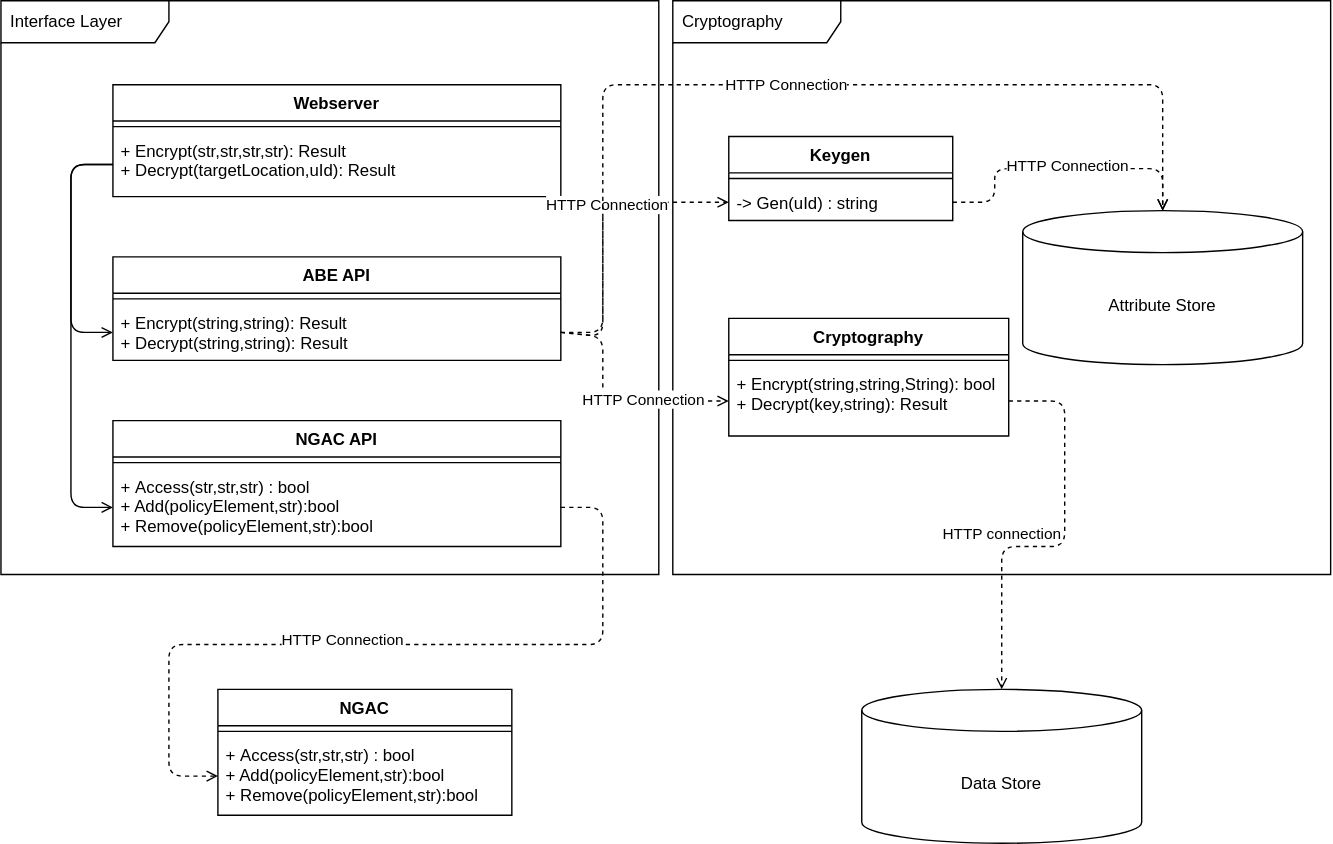
The draw.io diagram docs/design/system/system_design.drawio.svg in ivajon/NGAC_ABE, before a commit. Source tidied: cells renumbered, new cells last; positions are measured from the earlier drawing's top-left corner, leaving out a move shared by most shapes.
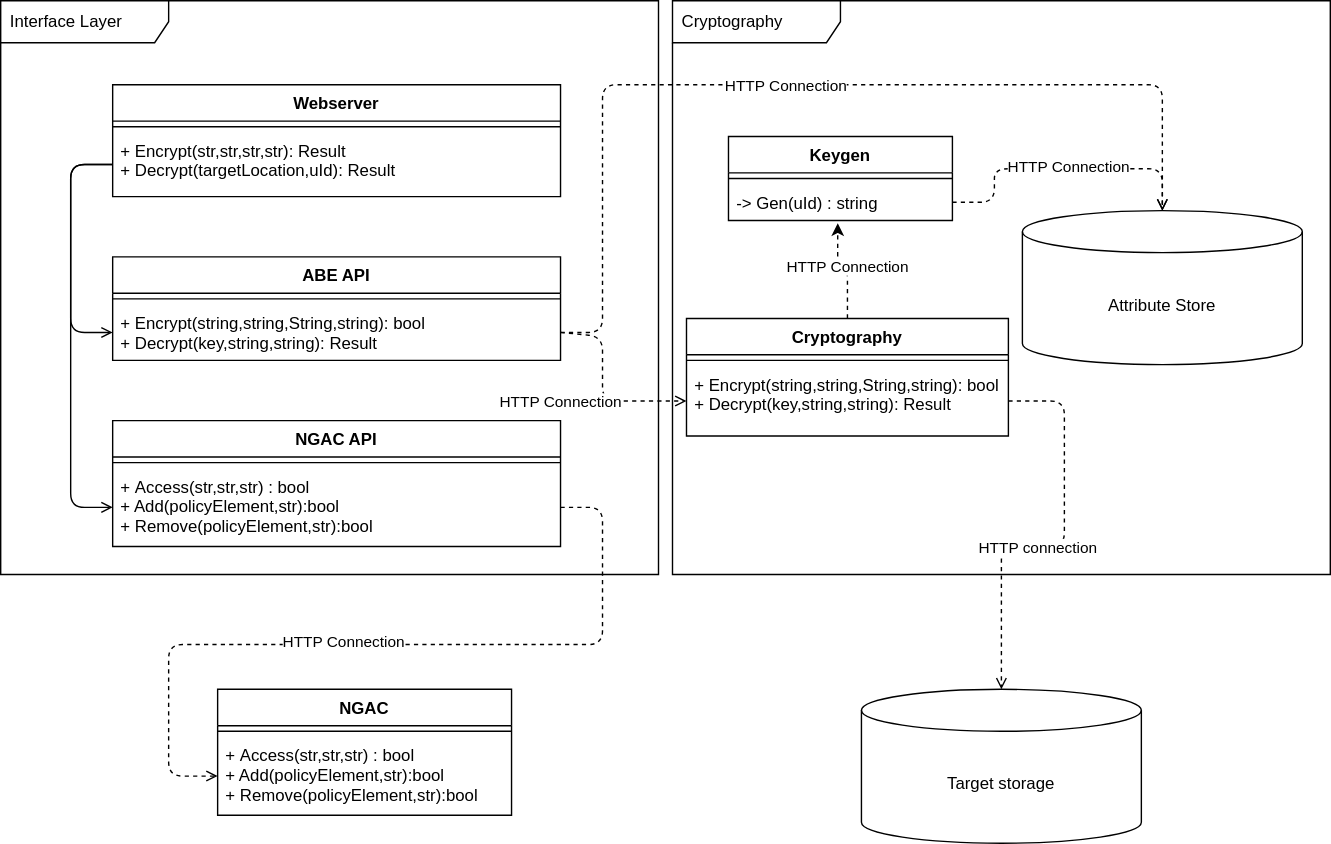
After the change.

What changed in the source:
```diff
@@ -29,13 +29,13 @@
     <mxCell id="10" style="line;strokeWidth=1;fillColor=none;align=left;verticalAlign=middle;spacingTop=-1;spacingLeft=3;spacingRight=3;labelPosition=right;" parent="9" vertex="1">
       <mxGeometry y="26" width="320" height="8" as="geometry" />
     </mxCell>
-    <mxCell id="11" value="+ Encrypt(string,string): Result&#10;+ Decrypt(string,string): Result" style="text;strokeColor=none;fillColor=none;align=left;verticalAlign=top;spacingLeft=4;spacingRight=4;overflow=hidden;points=[[0,0.5],[1,0.5]];portConstraint=eastwest;" parent="9" vertex="1">
+    <mxCell id="11" value="+ Encrypt(string,string,String,string): bool&#10;+ Decrypt(key,string,string): Result" style="text;strokeColor=none;fillColor=none;align=left;verticalAlign=top;spacingLeft=4;spacingRight=4;overflow=hidden;points=[[0,0.5],[1,0.5]];portConstraint=eastwest;" parent="9" vertex="1">
       <mxGeometry y="34" width="320" height="40" as="geometry" />
     </mxCell>
     <mxCell id="12" value="Cryptography" style="shape=umlFrame;whiteSpace=wrap;html=1;width=120;height=30;boundedLbl=1;verticalAlign=middle;align=left;spacingLeft=5;" parent="1" vertex="1">
       <mxGeometry x="480" width="470" height="410" as="geometry" />
     </mxCell>
-    <mxCell id="13" value="Data Store" style="shape=cylinder3;whiteSpace=wrap;html=1;boundedLbl=1;backgroundOutline=1;size=15;" parent="1" vertex="1">
+    <mxCell id="13" value="&lt;span&gt;Target storage&lt;/span&gt;" style="shape=cylinder3;whiteSpace=wrap;html=1;boundedLbl=1;backgroundOutline=1;size=15;" parent="1" vertex="1">
       <mxGeometry x="615" y="492" width="200" height="110" as="geometry" />
     </mxCell>
     <mxCell id="14" value="Keygen" style="swimlane;fontStyle=1;align=center;verticalAlign=top;horizontal=1;startSize=26;" parent="1" vertex="1">
@@ -47,14 +47,22 @@
     <mxCell id="16" value="-&gt; Gen(uId) : string" style="text;strokeColor=none;fillColor=none;align=left;verticalAlign=top;spacingLeft=4;spacingRight=4;overflow=hidden;points=[[0,0.5],[1,0.5]];portConstraint=eastwest;" parent="14" vertex="1">
       <mxGeometry y="34" width="160" height="26" as="geometry" />
     </mxCell>
+    <mxCell id="25" value="HTTP Connection" style="edgeStyle=none;html=1;exitX=0.5;exitY=0;exitDx=0;exitDy=0;entryX=0.488;entryY=1.077;entryDx=0;entryDy=0;entryPerimeter=0;dashed=1;" parent="1" edge="1" source="17" target="16">
+      <mxGeometry relative="1" as="geometry">
+        <Array as="points">
+          <mxPoint x="605" y="190" />
+          <mxPoint x="598" y="190" />
+        </Array>
+      </mxGeometry>
+    </mxCell>
     <mxCell id="17" value="Cryptography" style="swimlane;fontStyle=1;align=center;verticalAlign=top;horizontal=1;startSize=26;" parent="1" vertex="1">
-      <mxGeometry x="520" y="227" width="200" height="84" as="geometry" />
+      <mxGeometry x="490" y="227" width="230" height="84" as="geometry" />
     </mxCell>
     <mxCell id="18" style="line;strokeWidth=1;fillColor=none;align=left;verticalAlign=middle;spacingTop=-1;spacingLeft=3;spacingRight=3;labelPosition=right;" parent="17" vertex="1">
-      <mxGeometry y="26" width="200" height="8" as="geometry" />
+      <mxGeometry y="26" width="230" height="8" as="geometry" />
     </mxCell>
-    <mxCell id="19" value="+ Encrypt(string,string,String): bool&#10;+ Decrypt(key,string): Result" style="text;strokeColor=none;fillColor=none;align=left;verticalAlign=top;spacingLeft=4;spacingRight=4;overflow=hidden;points=[[0,0.5],[1,0.5]];portConstraint=eastwest;" parent="17" vertex="1">
-      <mxGeometry y="34" width="200" height="50" as="geometry" />
+    <mxCell id="19" value="+ Encrypt(string,string,String,string): bool&#10;+ Decrypt(key,string,string): Result" style="text;strokeColor=none;fillColor=none;align=left;verticalAlign=top;spacingLeft=4;spacingRight=4;overflow=hidden;points=[[0,0.5],[1,0.5]];portConstraint=eastwest;" parent="17" vertex="1">
+      <mxGeometry y="34" width="230" height="50" as="geometry" />
     </mxCell>
     <mxCell id="20" value="Attribute Store" style="shape=cylinder3;whiteSpace=wrap;html=1;boundedLbl=1;backgroundOutline=1;size=15;" parent="1" vertex="1">
       <mxGeometry x="730" y="150" width="200" height="110" as="geometry" />
@@ -68,17 +76,6 @@
     <mxCell id="23" value="+ Access(str,str,str) : bool&#10;+ Add(policyElement,str):bool&#10;+ Remove(policyElement,str):bool&#10;" style="text;strokeColor=none;fillColor=none;align=left;verticalAlign=top;spacingLeft=4;spacingRight=4;overflow=hidden;points=[[0,0.5],[1,0.5]];portConstraint=eastwest;" parent="21" vertex="1">
       <mxGeometry y="34" width="210" height="56" as="geometry" />
     </mxCell>
-    <mxCell id="24" style="edgeStyle=none;html=1;entryX=0;entryY=0.5;entryDx=0;entryDy=0;exitX=1;exitY=0.5;exitDx=0;exitDy=0;dashed=1;endArrow=open;endFill=0;" parent="1" edge="1" source="11" target="16">
-      <mxGeometry relative="1" as="geometry">
-        <Array as="points">
-          <mxPoint x="430" y="240" />
-          <mxPoint x="430" y="144" />
-        </Array>
-      </mxGeometry>
-    </mxCell>
-    <mxCell id="25" value="HTTP Connection" style="edgeLabel;html=1;align=center;verticalAlign=middle;" parent="24" vertex="1">
-      <mxGeometry x="0.19" y="-2" relative="1" as="geometry" />
-    </mxCell>
     <mxCell id="26" style="edgeStyle=none;html=1;exitX=1;exitY=0.5;exitDx=0;exitDy=0;entryX=0;entryY=0.5;entryDx=0;entryDy=0;dashed=1;endArrow=open;endFill=0;" parent="1" edge="1" source="11" target="19">
       <mxGeometry relative="1" as="geometry">
         <Array as="points">
@@ -88,7 +85,9 @@
       </mxGeometry>
     </mxCell>
     <mxCell id="27" value="HTTP Connection" style="edgeLabel;html=1;align=center;verticalAlign=middle;" parent="26" vertex="1">
-      <mxGeometry x="0.26" y="1" relative="1" as="geometry" />
+      <mxGeometry x="0.26" y="1" relative="1" as="geometry">
+        <mxPoint x="-40" y="1" as="offset" />
+      </mxGeometry>
     </mxCell>
     <mxCell id="28" style="edgeStyle=none;html=1;exitX=1;exitY=0.5;exitDx=0;exitDy=0;entryX=0.5;entryY=0;entryDx=0;entryDy=0;entryPerimeter=0;dashed=1;endArrow=open;endFill=0;" parent="1" edge="1" source="16" target="20">
       <mxGeometry relative="1" as="geometry">
@@ -127,7 +126,7 @@
     </mxCell>
     <mxCell id="33" value="HTTP connection" style="edgeLabel;html=1;align=center;verticalAlign=middle;" parent="32" vertex="1">
       <mxGeometry x="0.34" y="3" relative="1" as="geometry">
-        <mxPoint x="-3" y="-15" as="offset" />
+        <mxPoint x="22" y="-6" as="offset" />
       </mxGeometry>
     </mxCell>
     <mxCell id="34" style="edgeStyle=none;html=1;exitX=0;exitY=0.5;exitDx=0;exitDy=0;entryX=0;entryY=0.5;entryDx=0;entryDy=0;endArrow=open;endFill=0;" parent="1" edge="1" source="5" target="11">
```
